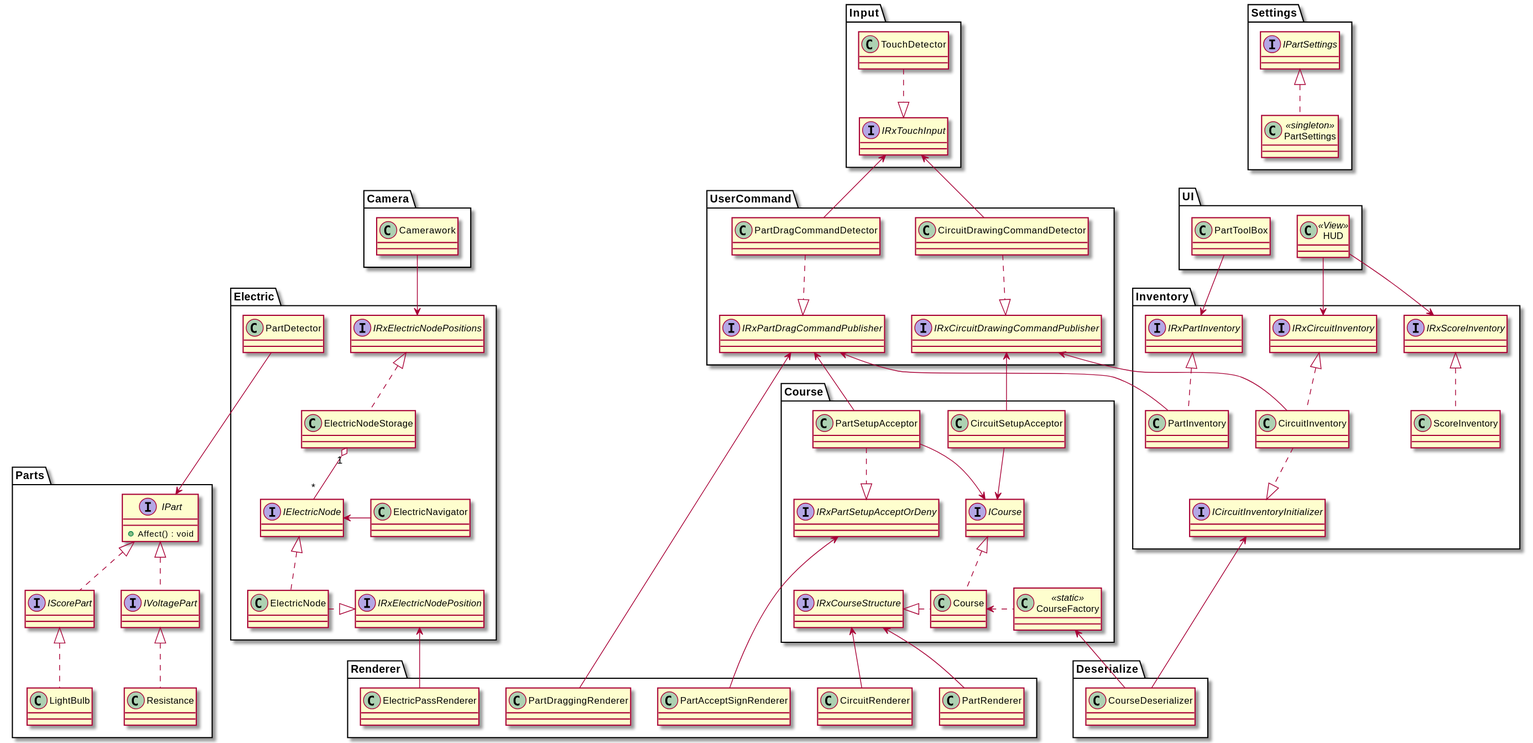
Before: ClassDiagram/ElSchema.svg, a diagram exported from PlantUML (EleCuit-02106/Docs).
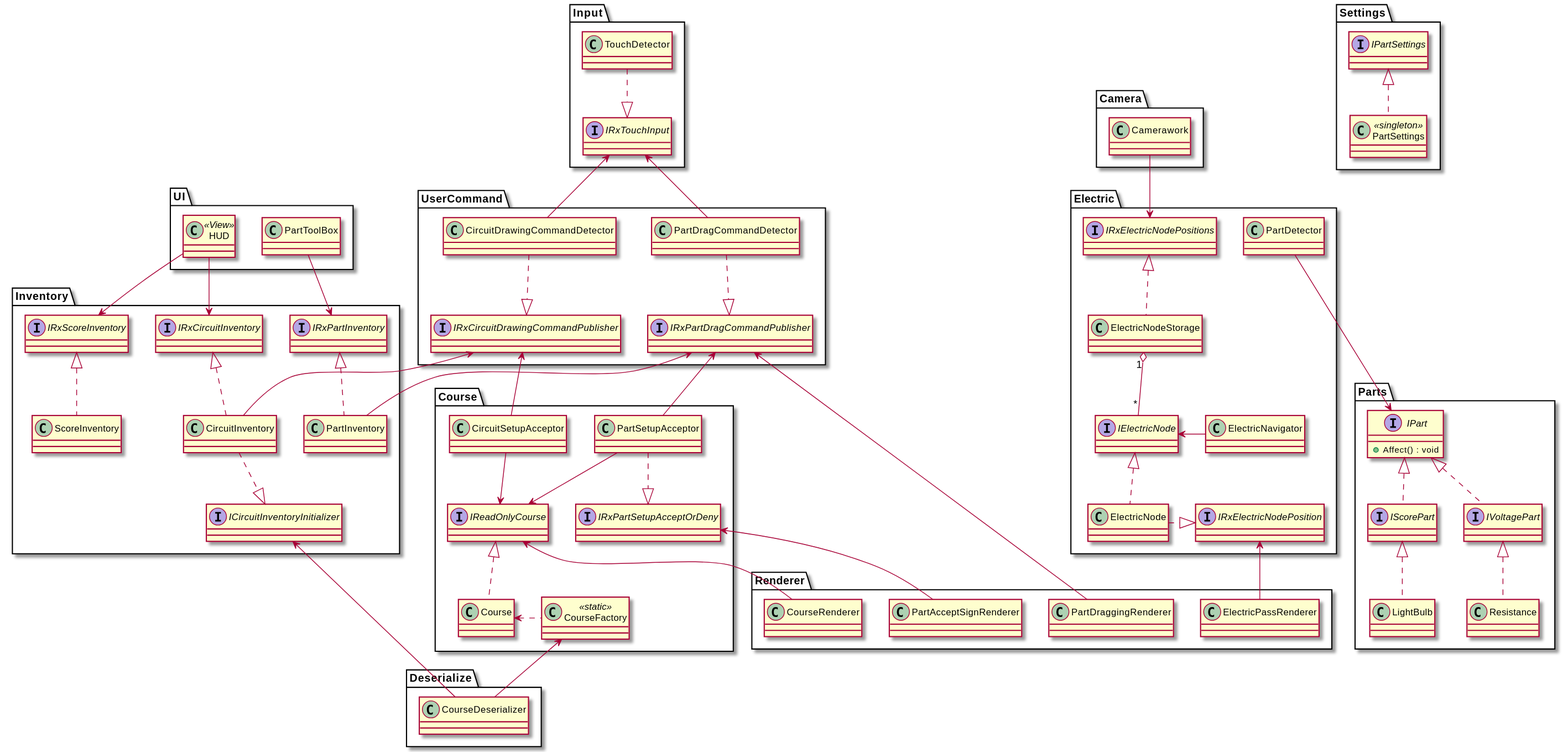
The same file after the commit.

Diff of the diagram source:
```diff
@@ -27,10 +27,8 @@
 
 namespace Course {
     class Course
-    interface ICourse
-    interface IRxCourseStructure
-    ICourse <|.. Course
-    IRxCourseStructure <|. Course
+    interface IReadOnlyCourse
+    IReadOnlyCourse <|.. Course
 
     class CourseFactory<<static>>
     CourseFactory .left> Course
@@ -39,11 +37,11 @@
     UserCommand.IRxPartDragCommandPublisher <-- PartSetupAcceptor
     interface IRxPartSetupAcceptOrDeny
     PartSetupAcceptor ..|> IRxPartSetupAcceptOrDeny
-    PartSetupAcceptor --> ICourse
+    PartSetupAcceptor --> IReadOnlyCourse
 
     class CircuitSetupAcceptor
     UserCommand.IRxCircuitDrawingCommandPublisher <-- CircuitSetupAcceptor
-    CircuitSetupAcceptor --> ICourse
+    CircuitSetupAcceptor --> IReadOnlyCourse
 }
 
 namespace Deserialize {
@@ -121,10 +119,8 @@
 
 
 namespace Renderer {
-    class CircuitRenderer
-    class PartRenderer
-    Course.IRxCourseStructure <-- CircuitRenderer
-    Course.IRxCourseStructure <-- PartRenderer
+    class CourseRenderer
+    Course.IReadOnlyCourse <-- CourseRenderer
     class ElectricPassRenderer
     Electric.IRxElectricNodePosition <-- ElectricPassRenderer
     class PartAcceptSignRenderer
```
